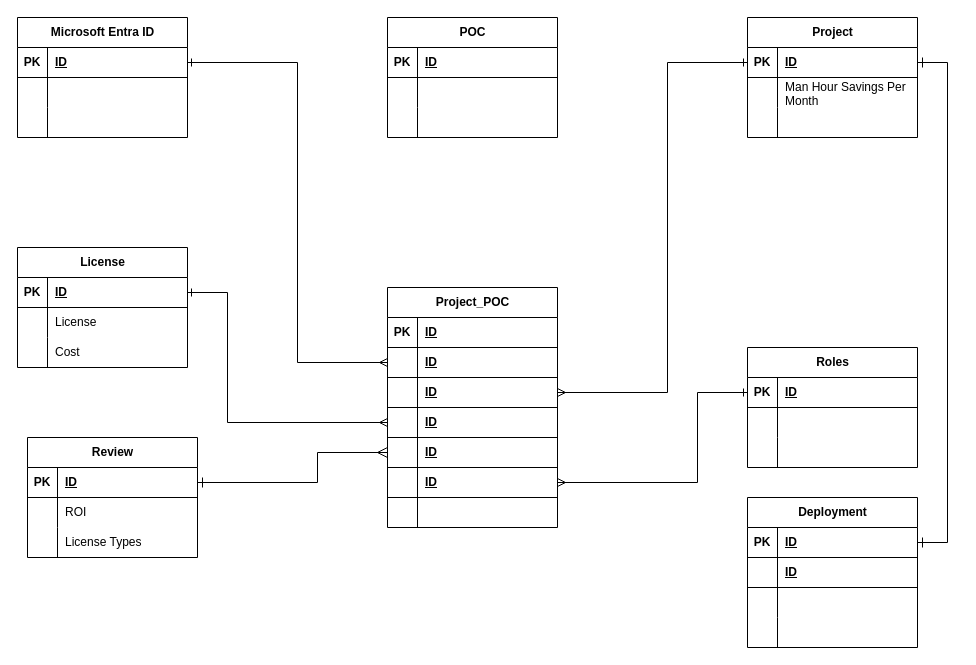
josjreyes/ProjectIntake keeps this draw.io diagram as page "Option-3" (3 of 5) of erd-projint-01.drawio. Above is the earlier version. Source tidied: cells renumbered, new cells numbered last; positions are measured from the earlier drawing's top-left corner, leaving out a move shared by most shapes. Both pictures are drawn from the tidied source at 100%, with x=0, y=0 at pixel (17, 17).
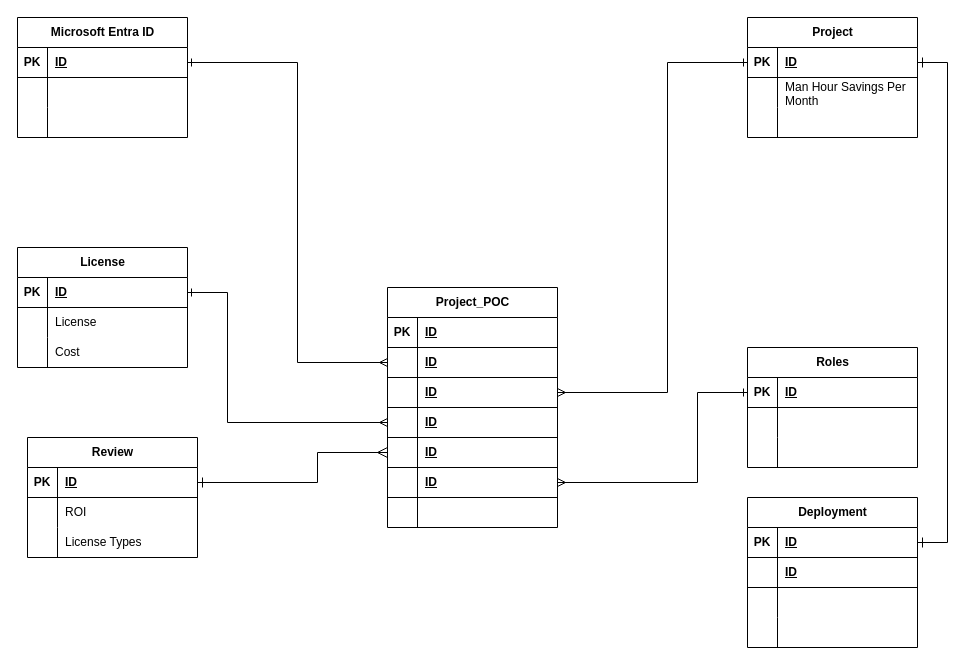
The same diagram, later.

Change to the diagram source:
```diff
@@
-    <mxCell id="44" value="POC" style="shape=table;startSize=30;childLayout=tableLayout;rowLines=0;fontStyle=1;align=center;html=1;" parent="1" vertex="1">
-      <mxGeometry x="370" width="170" height="120" as="geometry" />
-    </mxCell>
-    <mxCell id="45" style="shape=tableRow;horizontal=0;startSize=0;swimlaneHead=0;swimlaneBody=0;fillColor=none;top=0;left=0;right=0;bottom=1;" parent="44" vertex="1">
-      <mxGeometry y="30" width="170" height="30" as="geometry" />
-    </mxCell>
-    <mxCell id="46" value="PK" style="shape=partialRectangle;fillColor=none;top=0;left=0;bottom=0;right=0;fontStyle=1;overflow=hidden;whiteSpace=wrap;html=1;" parent="45" vertex="1">
-      <mxGeometry width="30" height="30" as="geometry" />
-    </mxCell>
-    <mxCell id="47" value="ID" style="shape=partialRectangle;fillColor=none;top=0;left=0;bottom=0;right=0;align=left;spacingLeft=6;fontStyle=5;overflow=hidden;whiteSpace=wrap;html=1;" parent="45" vertex="1">
-      <mxGeometry x="30" width="140" height="30" as="geometry" />
-    </mxCell>
-    <mxCell id="48" style="shape=tableRow;horizontal=0;startSize=0;swimlaneHead=0;swimlaneBody=0;fillColor=none;top=0;left=0;right=0;bottom=0;" parent="44" vertex="1">
-      <mxGeometry y="60" width="170" height="30" as="geometry" />
-    </mxCell>
-    <mxCell id="49" style="shape=partialRectangle;fillColor=none;top=0;left=0;bottom=0;right=0;overflow=hidden;whiteSpace=wrap;html=1;" parent="48" vertex="1">
-      <mxGeometry width="30" height="30" as="geometry" />
-    </mxCell>
-    <mxCell id="50" style="shape=partialRectangle;fillColor=none;top=0;left=0;bottom=0;right=0;align=left;spacingLeft=6;overflow=hidden;whiteSpace=wrap;html=1;" parent="48" vertex="1">
-      <mxGeometry x="30" width="140" height="30" as="geometry" />
-    </mxCell>
-    <mxCell id="51" style="shape=tableRow;horizontal=0;startSize=0;swimlaneHead=0;swimlaneBody=0;fillColor=none;top=0;left=0;right=0;bottom=0;" parent="44" vertex="1">
-      <mxGeometry y="90" width="170" height="30" as="geometry" />
-    </mxCell>
-    <mxCell id="52" style="shape=partialRectangle;fillColor=none;top=0;left=0;bottom=0;right=0;overflow=hidden;whiteSpace=wrap;html=1;" parent="51" vertex="1">
-      <mxGeometry width="30" height="30" as="geometry" />
-    </mxCell>
-    <mxCell id="53" style="shape=partialRectangle;fillColor=none;top=0;left=0;bottom=0;right=0;align=left;spacingLeft=6;overflow=hidden;whiteSpace=wrap;html=1;" parent="51" vertex="1">
-      <mxGeometry x="30" width="140" height="30" as="geometry" />
-    </mxCell>
```
